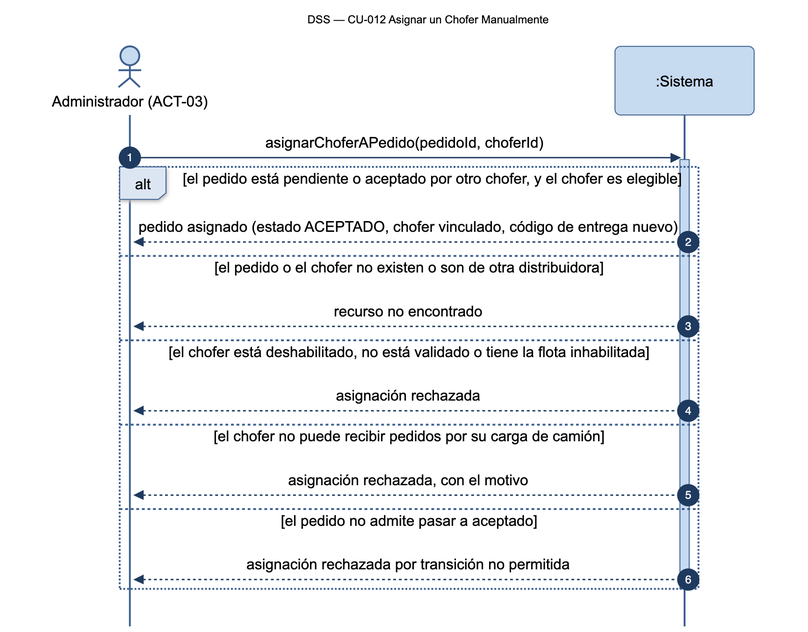
Above: diagramas/png/DSS_CU-012_Asignar-un-Chofer-Manualmente.png in Nahuelito-Dev/splg-docs (Mermaid), before the change. Its source is kept beside it as diagramas/DSS_CU-012_Asignar-un-Chofer-Manualmente.mmd.
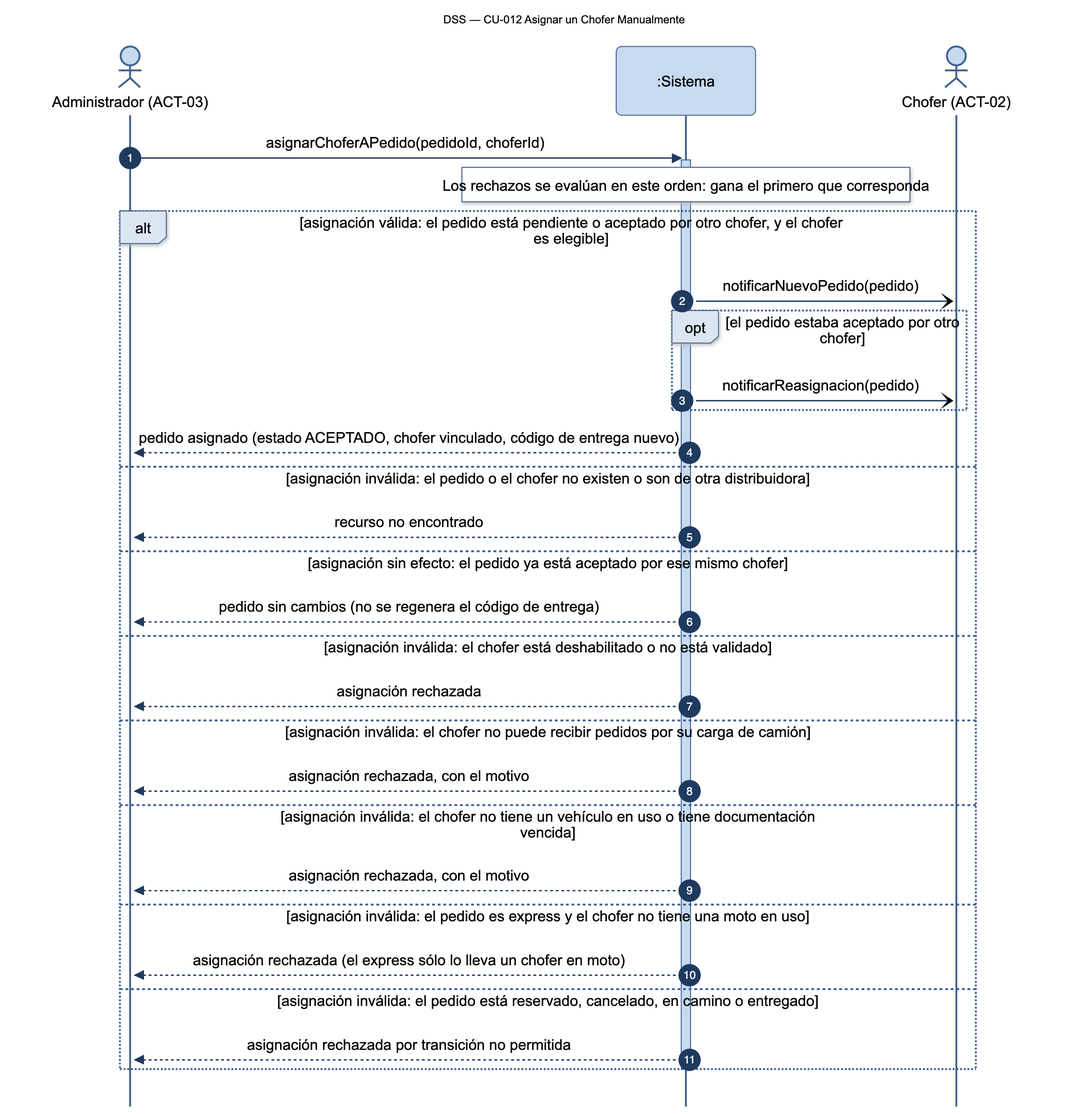
After the change.

What changed in the source:
```diff
@@ -3,18 +3,30 @@
     autonumber
     actor ADM as Administrador (ACT-03)
     participant SIS as :Sistema
+    actor CHO as Chofer (ACT-02)
 
     ADM->>SIS: asignarChoferAPedido(pedidoId, choferId)
     activate SIS
-    alt el pedido está pendiente o aceptado por otro chofer, y el chofer es elegible
+    Note over SIS: Los rechazos se evalúan en este orden: gana el primero que corresponda
+    alt asignación válida: el pedido está pendiente o aceptado por otro chofer, y el chofer es elegible
+        SIS-)CHO: notificarNuevoPedido(pedido)
+        opt el pedido estaba aceptado por otro chofer
+            SIS-)CHO: notificarReasignacion(pedido)
+        end
         SIS-->>ADM: pedido asignado (estado ACEPTADO, chofer vinculado, código de entrega nuevo)
-    else el pedido o el chofer no existen o son de otra distribuidora
+    else asignación inválida: el pedido o el chofer no existen o son de otra distribuidora
         SIS-->>ADM: recurso no encontrado
-    else el chofer está deshabilitado, no está validado o tiene la flota inhabilitada
+    else asignación sin efecto: el pedido ya está aceptado por ese mismo chofer
+        SIS-->>ADM: pedido sin cambios (no se regenera el código de entrega)
+    else asignación inválida: el chofer está deshabilitado o no está validado
         SIS-->>ADM: asignación rechazada
-    else el chofer no puede recibir pedidos por su carga de camión
+    else asignación inválida: el chofer no puede recibir pedidos por su carga de camión
         SIS-->>ADM: asignación rechazada, con el motivo
-    else el pedido no admite pasar a aceptado
+    else asignación inválida: el chofer no tiene un vehículo en uso o tiene documentación vencida
+        SIS-->>ADM: asignación rechazada, con el motivo
+    else asignación inválida: el pedido es express y el chofer no tiene una moto en uso
+        SIS-->>ADM: asignación rechazada (el express sólo lo lleva un chofer en moto)
+    else asignación inválida: el pedido está reservado, cancelado, en camino o entregado
         SIS-->>ADM: asignación rechazada por transición no permitida
     end
     deactivate SIS
```
